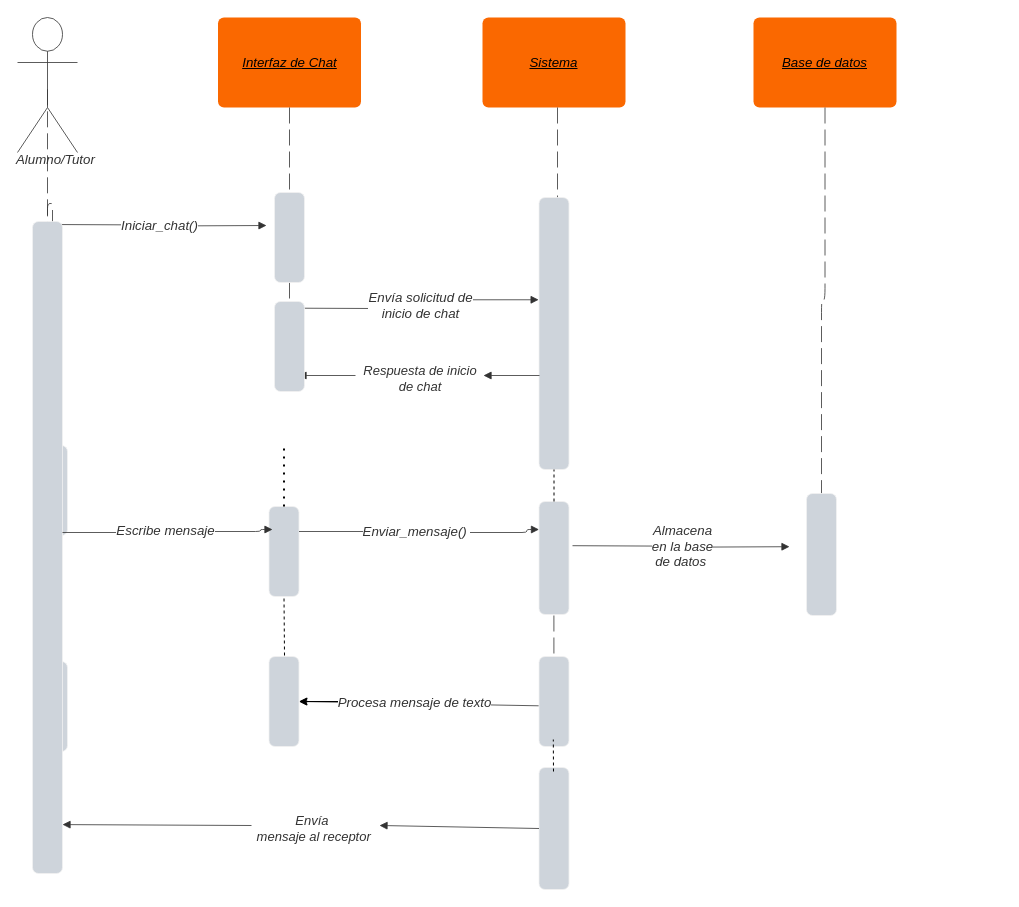
Before: chat de texto.drawio in LP3kmikristian/TP_ARCE_DOREGO, a draw.io diagram. Source tidied: cells renumbered, new cells numbered last; positions are measured from the earlier drawing's top-left corner, leaving out a move shared by most shapes. Both pictures are drawn from the tidied source at 100%, with x=0, y=0 at pixel (17, 17).
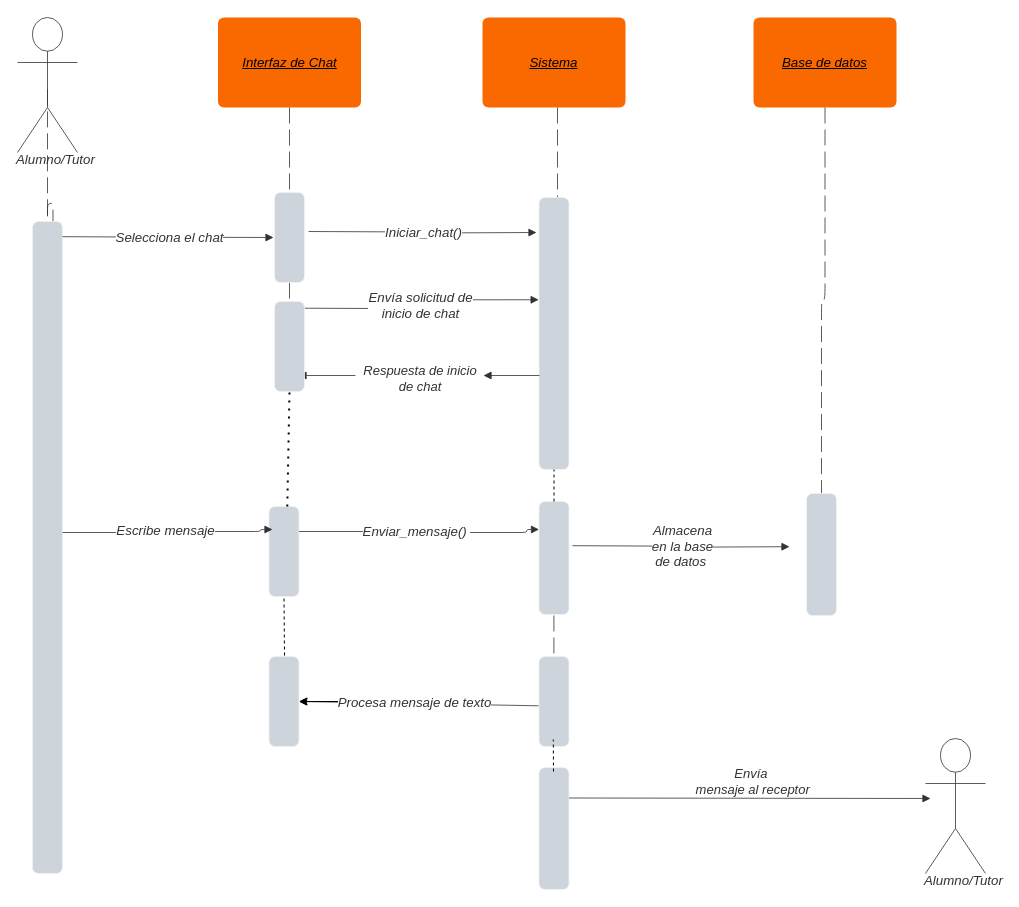
The same page after the edit.

Unchanged cells that the change refers to:
```xml
<mxCell id="18" style="html=1;overflow=block;blockSpacing=1;whiteSpace=wrap;fontSize=13;spacing=0;strokeColor=#f2f2f2;strokeOpacity=100;fillOpacity=100;rounded=1;absoluteArcSize=1;arcSize=12;fillColor=#ced4db;strokeWidth=0.8;lucidId=Yu5MhR-oMSno;" parent="1" vertex="1">
  <mxGeometry x="15" y="204" width="30" height="652" as="geometry" />
</mxCell>
<mxCell id="24" style="html=1;overflow=block;blockSpacing=1;whiteSpace=wrap;fontSize=13;spacing=0;strokeColor=#f2f2f2;strokeOpacity=100;fillOpacity=100;rounded=1;absoluteArcSize=1;arcSize=12;fillColor=#ced4db;strokeWidth=0.8;lucidId=Yu5MydJHa4al;" parent="1" vertex="1">
  <mxGeometry x="251.5" y="489" width="30" height="90" as="geometry" />
</mxCell>
<mxCell id="32" style="html=1;overflow=block;blockSpacing=1;whiteSpace=wrap;fontSize=13;spacing=0;strokeColor=#f2f2f2;strokeOpacity=100;fillOpacity=100;rounded=1;absoluteArcSize=1;arcSize=12;fillColor=#ced4db;strokeWidth=0.8;lucidId=Yu5MydJHa4al;" parent="1" vertex="1">
  <mxGeometry x="521.5" y="750" width="30" height="122" as="geometry" />
</mxCell>
<mxCell id="38" style="html=1;overflow=block;blockSpacing=1;whiteSpace=wrap;fontSize=13;spacing=0;strokeColor=#f2f2f2;strokeOpacity=100;fillOpacity=100;rounded=1;absoluteArcSize=1;arcSize=12;fillColor=#ced4db;strokeWidth=0.8;lucidId=Yu5MydJHa4al;" parent="1" vertex="1">
  <mxGeometry x="257" y="284" width="30" height="90" as="geometry" />
</mxCell>
```

The edit, as a diff of the source:
```diff
@@
-    <mxCell id="7" style="html=1;jettySize=18;whiteSpace=wrap;fontSize=13;strokeColor=#333333;strokeOpacity=100;dashed=1;fixDash=1;dashPattern=16 6;strokeWidth=0.8;rounded=1;arcSize=10;edgeStyle=orthogonalEdgeStyle;startArrow=none;endArrow=none;exitX=0.5;exitY=0.532;exitPerimeter=0;lucidId=Yu5Migy3NWk_;" parent="1" edge="1" source="15">
+    <mxCell id="7" style="html=1;jettySize=18;whiteSpace=wrap;fontSize=13;strokeColor=#333333;strokeOpacity=100;dashed=1;fixDash=1;dashPattern=16 6;strokeWidth=0.8;rounded=1;arcSize=10;edgeStyle=orthogonalEdgeStyle;startArrow=none;endArrow=none;exitX=0.5;exitY=0.532;exitPerimeter=0;lucidId=Yu5Migy3NWk_;" parent="1" edge="1">
       <mxGeometry relative="1" as="geometry">
+        <mxPoint x="35" y="691.9" as="sourcePoint" />
         <mxPoint x="35" y="793" as="targetPoint" />
       </mxGeometry>
     </mxCell>
     <mxCell id="8" style="html=1;jettySize=18;whiteSpace=wrap;fontSize=13;strokeColor=#333333;strokeOpacity=100;strokeWidth=0.8;rounded=1;arcSize=10;edgeStyle=orthogonalEdgeStyle;startArrow=none;endArrow=block;endFill=1;lucidId=Yu5M0A2JVvTe;" parent="1" edge="1">
       <mxGeometry relative="1" as="geometry">
-        <mxPoint x="32" y="207" as="sourcePoint" />
-        <mxPoint x="249" y="208" as="targetPoint" />
+        <mxPoint x="291" y="214" as="sourcePoint" />
+        <mxPoint x="519" y="215" as="targetPoint" />
       </mxGeometry>
     </mxCell>
@@
-    <mxCell id="12" style="html=1;jettySize=18;whiteSpace=wrap;fontSize=13;strokeColor=#333333;strokeOpacity=100;dashed=1;fixDash=1;dashPattern=16 6;strokeWidth=0.8;rounded=1;arcSize=10;edgeStyle=orthogonalEdgeStyle;startArrow=none;endArrow=none;exitX=0.5;exitY=0.532;exitPerimeter=0;lucidId=Yu5Migy3NWk_;" parent="1" edge="1" source="18" target="13">
-      <mxGeometry relative="1" as="geometry" />
+    <mxCell id="12" style="html=1;jettySize=18;whiteSpace=wrap;fontSize=13;strokeColor=#333333;strokeOpacity=100;dashed=1;fixDash=1;dashPattern=16 6;strokeWidth=0.8;rounded=1;arcSize=10;edgeStyle=orthogonalEdgeStyle;startArrow=none;endArrow=none;exitX=0.5;exitY=0.532;exitPerimeter=0;lucidId=Yu5Migy3NWk_;" parent="1" edge="1" source="18">
+      <mxGeometry relative="1" as="geometry">
+        <mxPoint x="35" y="428" as="targetPoint" />
+      </mxGeometry>
     </mxCell>
-    <mxCell id="13" style="html=1;overflow=block;blockSpacing=1;whiteSpace=wrap;fontSize=13;spacing=0;strokeColor=#f2f2f2;strokeOpacity=100;fillOpacity=100;rounded=1;absoluteArcSize=1;arcSize=12;fillColor=#ced4db;strokeWidth=0.8;lucidId=Yu5MydJHa4al;" parent="1" vertex="1">
-      <mxGeometry x="20" y="428" width="30" height="90" as="geometry" />
-    </mxCell>
-    <mxCell id="14" style="html=1;jettySize=18;whiteSpace=wrap;fontSize=13;strokeColor=#333333;strokeOpacity=100;dashed=1;fixDash=1;dashPattern=16 6;strokeWidth=0.8;rounded=1;arcSize=10;edgeStyle=orthogonalEdgeStyle;startArrow=none;endArrow=none;exitX=0.5;exitY=0.532;exitPerimeter=0;lucidId=Yu5Migy3NWk_;" parent="1" edge="1" source="13" target="15">
-      <mxGeometry relative="1" as="geometry" />
+    <mxCell id="14" style="html=1;jettySize=18;whiteSpace=wrap;fontSize=13;strokeColor=#333333;strokeOpacity=100;dashed=1;fixDash=1;dashPattern=16 6;strokeWidth=0.8;rounded=1;arcSize=10;edgeStyle=orthogonalEdgeStyle;startArrow=none;endArrow=none;exitX=0.5;exitY=0.532;exitPerimeter=0;lucidId=Yu5Migy3NWk_;" parent="1" edge="1">
+      <mxGeometry relative="1" as="geometry">
+        <mxPoint x="35" y="475.9" as="sourcePoint" />
+        <mxPoint x="35" y="644" as="targetPoint" />
+      </mxGeometry>
     </mxCell>
-    <mxCell id="15" style="html=1;overflow=block;blockSpacing=1;whiteSpace=wrap;fontSize=13;spacing=0;strokeColor=#f2f2f2;strokeOpacity=100;fillOpacity=100;rounded=1;absoluteArcSize=1;arcSize=12;fillColor=#ced4db;strokeWidth=0.8;lucidId=Yu5MydJHa4al;" parent="1" vertex="1">
-      <mxGeometry x="20" y="644" width="30" height="90" as="geometry" />
-    </mxCell>
@@
-    <mxCell id="33" style="html=1;jettySize=18;whiteSpace=wrap;fontSize=13;fontFamily=helvetica;strokeColor=#333333;strokeOpacity=100;strokeWidth=0.8;rounded=0;startArrow=none;endArrow=block;endFill=1;exitX=0;exitY=0.5;entryX=1;entryY=0.925;lucidId=Yu5MB3FtIlV_;exitDx=0;exitDy=0;entryDx=0;entryDy=0;entryPerimeter=0;" parent="1" edge="1" source="41" target="18">
-      <mxGeometry relative="1" as="geometry" />
+    <mxCell id="33" style="html=1;jettySize=18;whiteSpace=wrap;fontSize=13;fontFamily=helvetica;strokeColor=#333333;strokeOpacity=100;strokeWidth=0.8;rounded=0;startArrow=none;endArrow=block;endFill=1;exitX=1;exitY=0.25;lucidId=Yu5MB3FtIlV_;exitDx=0;exitDy=0;" parent="1" edge="1" source="32">
+      <mxGeometry relative="1" as="geometry">
+        <mxPoint x="913" y="781" as="targetPoint" />
+      </mxGeometry>
     </mxCell>
-    <mxCell id="34" style="endArrow=none;dashed=1;html=1;dashPattern=1 3;strokeWidth=2;rounded=0;entryX=0.5;entryY=1;entryDx=0;entryDy=0;exitX=0.5;exitY=0;exitDx=0;exitDy=0;" parent="1" edge="1" source="24">
+    <mxCell id="34" style="endArrow=none;dashed=1;html=1;dashPattern=1 3;strokeWidth=2;rounded=0;entryX=0.5;entryY=1;entryDx=0;entryDy=0;exitX=0.5;exitY=0;exitDx=0;exitDy=0;" parent="1" edge="1" target="38">
       <mxGeometry relative="1" as="geometry">
-        <mxPoint x="266.5" y="430" as="targetPoint" />
+        <mxPoint x="269.8" y="489" as="sourcePoint" />
       </mxGeometry>
     </mxCell>
@@
-    <mxCell id="40" style="html=1;jettySize=18;whiteSpace=wrap;fontSize=13;fontFamily=helvetica;strokeColor=#333333;strokeOpacity=100;strokeWidth=0.8;rounded=0;startArrow=none;endArrow=block;endFill=1;exitX=0;exitY=0.5;entryX=1;entryY=0.5;lucidId=Yu5MB3FtIlV_;exitDx=0;exitDy=0;entryDx=0;entryDy=0;" parent="1" edge="1" source="32" target="41">
-      <mxGeometry relative="1" as="geometry" />
-    </mxCell>
-    <mxCell id="41" value="&lt;div style=&quot;text-align: center;&quot;&gt;&lt;span style=&quot;background-color: initial; font-size: 13px;&quot;&gt;&lt;font color=&quot;#333333&quot;&gt;&lt;i&gt;Envía&lt;/i&gt;&lt;/font&gt;&lt;/span&gt;&lt;/div&gt;&lt;div style=&quot;text-align: center;&quot;&gt;&lt;font color=&quot;#333333&quot;&gt;&lt;span style=&quot;font-size: 13px; background-color: rgb(255, 255, 255);&quot;&gt;&lt;i&gt;&amp;nbsp;mensaje al receptor&lt;/i&gt;&lt;/span&gt;&lt;/font&gt;&lt;/div&gt;" style="text;whiteSpace=wrap;html=1;" parent="1" vertex="1">
-      <mxGeometry x="234" y="789" width="128" height="38" as="geometry" />
-    </mxCell>
@@
+    <mxCell id="50" style="html=1;jettySize=18;whiteSpace=wrap;fontSize=13;strokeColor=#333333;strokeOpacity=100;strokeWidth=0.8;rounded=1;arcSize=10;edgeStyle=orthogonalEdgeStyle;startArrow=none;endArrow=block;endFill=1;lucidId=Yu5M0A2JVvTe;" parent="1" edge="1">
+      <mxGeometry relative="1" as="geometry">
+        <mxPoint x="45" y="219.2" as="sourcePoint" />
+        <mxPoint x="256" y="220" as="targetPoint" />
+      </mxGeometry>
+    </mxCell>
+    <mxCell id="51" value="Selecciona el chat" style="text;html=1;labelBackgroundColor=default;align=center;verticalAlign=middle;fontStyle=2;fontColor=#333333;fontSize=13.3;" parent="50" vertex="1">
+      <mxGeometry relative="1" as="geometry" />
+    </mxCell>
+    <mxCell id="52" value="Alumno/Tutor" style="html=1;overflow=block;blockSpacing=1;shape=umlActor;labelPosition=center;verticalLabelPosition=bottom;verticalAlign=top;whiteSpace=nowrap;fontSize=13.3;fontColor=#333333;fontStyle=2;align=center;spacing=0;strokeColor=#333333;strokeOpacity=100;fillOpacity=100;rounded=1;absoluteArcSize=1;arcSize=12;fillColor=#ffffff;strokeWidth=0.8;lucidId=Yu5MdgyV5tNR;" parent="1" vertex="1">
+      <mxGeometry x="908" y="721" width="60" height="135" as="geometry" />
+    </mxCell>
+    <mxCell id="41" value="&lt;div style=&quot;text-align: center;&quot;&gt;&lt;span style=&quot;background-color: initial; font-size: 13px;&quot;&gt;&lt;font color=&quot;#333333&quot;&gt;&lt;i&gt;Envía&lt;/i&gt;&lt;/font&gt;&lt;/span&gt;&lt;/div&gt;&lt;div style=&quot;text-align: center;&quot;&gt;&lt;font color=&quot;#333333&quot;&gt;&lt;span style=&quot;font-size: 13px; background-color: rgb(255, 255, 255);&quot;&gt;&lt;i&gt;&amp;nbsp;mensaje al receptor&lt;/i&gt;&lt;/span&gt;&lt;/font&gt;&lt;/div&gt;" style="text;whiteSpace=wrap;html=1;" parent="1" vertex="1">
+      <mxGeometry x="673" y="742" width="128" height="38" as="geometry" />
+    </mxCell>
```
